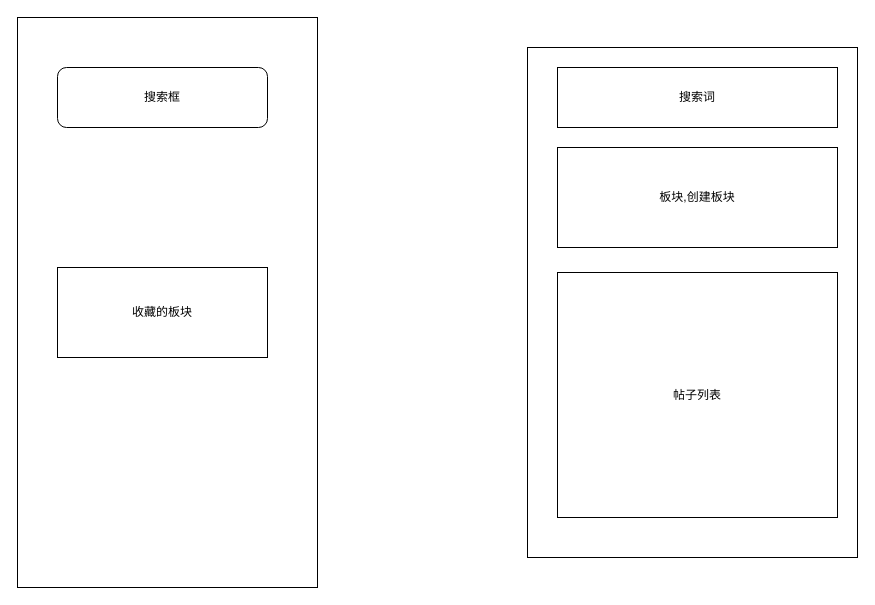
This is page "搜索页" (5 of 5) of doc/drawio/unibbs.drawio from Jomeuan/unibbs, a draw.io file, before an edit. Source tidied: cells renumbered, new cells numbered last; positions are measured from the earlier drawing's top-left corner, leaving out a move shared by most shapes. Both pictures are drawn from the tidied source at 100%, with x=0, y=0 at pixel (17, 17).
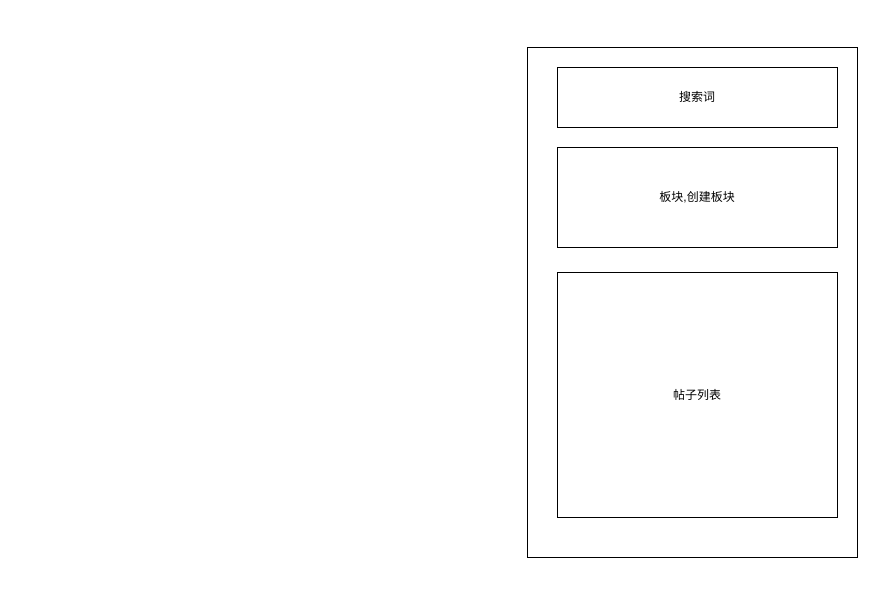
After the change.

The edit, as a diff of the source:
```diff
@@
 <mxGraphModel>
   <root>
     <mxCell id="0" />
     <mxCell id="1" parent="0" />
-    <mxCell id="2" style="group;" parent="1" vertex="1">
-      <mxGeometry width="300" height="570" as="geometry" />
-    </mxCell>
-    <mxCell id="3" style="rounded=0;whiteSpace=wrap;html=1;" parent="2" vertex="1">
-      <mxGeometry width="300" height="570" as="geometry" />
-    </mxCell>
-    <mxCell id="4" value="搜索框" style="rounded=1;whiteSpace=wrap;html=1;" parent="2" vertex="1">
-      <mxGeometry x="40" y="50" width="210" height="60" as="geometry" />
-    </mxCell>
-    <mxCell id="5" value="收藏的板块" style="rounded=0;whiteSpace=wrap;html=1;" parent="2" vertex="1">
-      <mxGeometry x="40" y="250" width="210" height="90" as="geometry" />
-    </mxCell>
     <mxCell id="6" style="group;" parent="1" vertex="1">
       <mxGeometry x="510" y="30" width="330" height="510" as="geometry" />
     </mxCell>
     <mxCell id="7" style="rounded=0;whiteSpace=wrap;html=1;" parent="6" vertex="1">
       <mxGeometry width="330" height="510" as="geometry" />
     </mxCell>
     <mxCell id="8" value="搜索词" style="rounded=0;whiteSpace=wrap;html=1;" parent="6" vertex="1">
       <mxGeometry x="30" y="20" width="280" height="60" as="geometry" />
     </mxCell>
     <mxCell id="9" value="板块,创建板块" style="rounded=0;whiteSpace=wrap;html=1;" parent="6" vertex="1">
       <mxGeometry x="30" y="100" width="280" height="100" as="geometry" />
     </mxCell>
     <mxCell id="10" value="帖子列表" style="rounded=0;whiteSpace=wrap;html=1;" parent="6" vertex="1">
       <mxGeometry x="30" y="225" width="280" height="245" as="geometry" />
     </mxCell>
   </root>
 </mxGraphModel>
```
